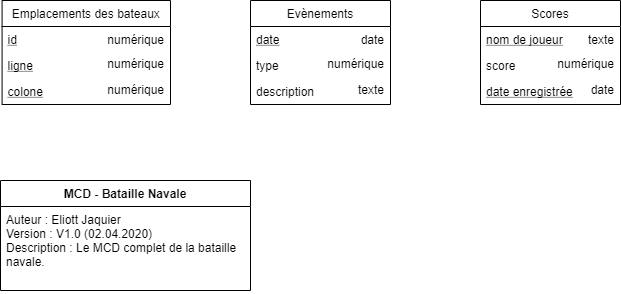
This is documentation/MCD/MCD COMPLET.png from Neliott/BatailleNavale, a draw.io export, as it was before one commit. Source tidied: cells renumbered, new cells last; positions are measured from the earlier drawing's top-left corner, leaving out a move shared by most shapes. The source it was exported from:
```xml
<mxGraphModel>
  <root>
    <mxCell id="0" />
    <mxCell id="1" parent="0" />
    <mxCell id="2" style="group;" parent="1" vertex="1">
      <mxGeometry y="180" width="250" height="110" as="geometry" />
    </mxCell>
    <mxCell id="3" value="MCD - Bataille Navale" style="swimlane;fontStyle=1;horizontal=1;startSize=26;fillColor=none;align=center;" parent="2" vertex="1">
      <mxGeometry width="250" height="110" as="geometry" />
    </mxCell>
    <mxCell id="4" value="Auteur : Eliott Jaquier&#10;Version : V1.0 (02.04.2020)&#10;Description : Le MCD complet de la bataille&#10;navale." style="text;strokeColor=none;fillColor=none;align=left;verticalAlign=top;spacingLeft=4;spacingRight=4;overflow=hidden;" parent="2" vertex="1">
      <mxGeometry y="26" width="250" height="84" as="geometry" />
    </mxCell>
    <mxCell id="5" style="group;" parent="1" vertex="1">
      <mxGeometry x="250" width="140" height="104" as="geometry" />
    </mxCell>
    <mxCell id="6" value="numérique" style="text;strokeColor=none;fillColor=none;align=right;verticalAlign=top;spacingLeft=4;spacingRight=4;overflow=hidden;fontStyle=0;" parent="5" vertex="1">
      <mxGeometry y="50" width="140" height="26" as="geometry" />
    </mxCell>
    <mxCell id="7" value="texte" style="text;strokeColor=none;fillColor=none;align=right;verticalAlign=top;spacingLeft=4;spacingRight=4;overflow=hidden;fontStyle=0;" parent="5" vertex="1">
      <mxGeometry y="76" width="140" height="26" as="geometry" />
    </mxCell>
    <mxCell id="8" style="group;" parent="5" vertex="1">
      <mxGeometry width="140" height="104" as="geometry" />
    </mxCell>
    <mxCell id="9" style="group;" parent="8" vertex="1">
      <mxGeometry width="140" height="104" as="geometry" />
    </mxCell>
    <mxCell id="10" value="Evènements" style="swimlane;fontStyle=0;horizontal=1;startSize=26;fillColor=none;" parent="9" vertex="1">
      <mxGeometry width="140" height="104" as="geometry" />
    </mxCell>
    <mxCell id="11" value="date" style="text;strokeColor=none;fillColor=none;align=left;verticalAlign=top;spacingLeft=4;spacingRight=4;overflow=hidden;fontStyle=4;" parent="10" vertex="1">
      <mxGeometry y="26" width="140" height="26" as="geometry" />
    </mxCell>
    <mxCell id="12" value="type" style="text;strokeColor=none;fillColor=none;align=left;verticalAlign=top;spacingLeft=4;spacingRight=4;overflow=hidden;fontStyle=0;" parent="10" vertex="1">
      <mxGeometry y="52" width="140" height="26" as="geometry" />
    </mxCell>
    <mxCell id="13" value="description" style="text;strokeColor=none;fillColor=none;align=left;verticalAlign=top;spacingLeft=4;spacingRight=4;overflow=hidden;fontStyle=0;" parent="10" vertex="1">
      <mxGeometry y="78" width="140" height="26" as="geometry" />
    </mxCell>
    <mxCell id="14" value="date" style="text;strokeColor=none;fillColor=none;align=right;verticalAlign=top;spacingLeft=4;spacingRight=4;overflow=hidden;fontStyle=0;" parent="9" vertex="1">
      <mxGeometry y="26" width="140" height="26" as="geometry" />
    </mxCell>
    <mxCell id="15" style="group;" parent="1" vertex="1">
      <mxGeometry x="10" width="160" height="104" as="geometry" />
    </mxCell>
    <mxCell id="16" style="group;" parent="15" vertex="1">
      <mxGeometry width="160" height="104" as="geometry" />
    </mxCell>
    <mxCell id="17" value="numérique" style="text;strokeColor=none;fillColor=none;align=right;verticalAlign=top;spacingLeft=4;spacingRight=4;overflow=hidden;fontStyle=0;" parent="16" vertex="1">
      <mxGeometry y="50" width="160" height="26" as="geometry" />
    </mxCell>
    <mxCell id="18" value="numérique" style="text;strokeColor=none;fillColor=none;align=right;verticalAlign=top;spacingLeft=4;spacingRight=4;overflow=hidden;fontStyle=0;" parent="16" vertex="1">
      <mxGeometry y="76" width="160" height="26" as="geometry" />
    </mxCell>
    <mxCell id="19" style="group;" parent="16" vertex="1">
      <mxGeometry width="160" height="104" as="geometry" />
    </mxCell>
    <mxCell id="20" style="group;" parent="19" vertex="1">
      <mxGeometry width="160" height="104" as="geometry" />
    </mxCell>
    <mxCell id="21" value="numérique" style="text;strokeColor=none;fillColor=none;align=right;verticalAlign=top;spacingLeft=4;spacingRight=4;overflow=hidden;fontStyle=0;" parent="20" vertex="1">
      <mxGeometry y="26" width="160" height="26" as="geometry" />
    </mxCell>
    <mxCell id="22" value="Emplacements des bateaux" style="swimlane;fontStyle=0;horizontal=1;startSize=26;fillColor=none;" parent="20" vertex="1">
      <mxGeometry x="-8.4" width="168.4" height="104" as="geometry" />
    </mxCell>
    <mxCell id="23" value="id" style="text;strokeColor=none;fillColor=none;align=left;verticalAlign=top;spacingLeft=4;spacingRight=4;overflow=hidden;fontStyle=4;" parent="22" vertex="1">
      <mxGeometry y="26" width="168.4" height="26" as="geometry" />
    </mxCell>
    <mxCell id="24" value="ligne" style="text;strokeColor=none;fillColor=none;align=left;verticalAlign=top;spacingLeft=4;spacingRight=4;overflow=hidden;fontStyle=4;" parent="22" vertex="1">
      <mxGeometry y="52" width="168.4" height="26" as="geometry" />
    </mxCell>
    <mxCell id="25" value="colone" style="text;strokeColor=none;fillColor=none;align=left;verticalAlign=top;spacingLeft=4;spacingRight=4;overflow=hidden;fontStyle=4;" parent="22" vertex="1">
      <mxGeometry y="78" width="168.4" height="26" as="geometry" />
    </mxCell>
    <mxCell id="26" style="group;" parent="1" vertex="1">
      <mxGeometry x="480" width="140" height="104" as="geometry" />
    </mxCell>
    <mxCell id="27" value="numérique" style="text;strokeColor=none;fillColor=none;align=right;verticalAlign=top;spacingLeft=4;spacingRight=4;overflow=hidden;fontStyle=0;" parent="26" vertex="1">
      <mxGeometry y="50" width="140" height="26" as="geometry" />
    </mxCell>
    <mxCell id="28" value="date" style="text;strokeColor=none;fillColor=none;align=right;verticalAlign=top;spacingLeft=4;spacingRight=4;overflow=hidden;fontStyle=0;" parent="26" vertex="1">
      <mxGeometry y="76" width="140" height="26" as="geometry" />
    </mxCell>
    <mxCell id="29" style="group;" parent="26" vertex="1">
      <mxGeometry width="140" height="104" as="geometry" />
    </mxCell>
    <mxCell id="30" style="group;" parent="29" vertex="1">
      <mxGeometry width="140" height="104" as="geometry" />
    </mxCell>
    <mxCell id="31" value="texte" style="text;strokeColor=none;fillColor=none;align=right;verticalAlign=top;spacingLeft=4;spacingRight=4;overflow=hidden;fontStyle=0;" parent="30" vertex="1">
      <mxGeometry y="26" width="140" height="26" as="geometry" />
    </mxCell>
    <mxCell id="32" style="group;" parent="30" vertex="1">
      <mxGeometry width="140" height="104" as="geometry" />
    </mxCell>
    <mxCell id="33" value="Scores" style="swimlane;fontStyle=0;horizontal=1;startSize=26;fillColor=none;" parent="32" vertex="1">
      <mxGeometry width="140" height="104" as="geometry" />
    </mxCell>
    <mxCell id="34" value="nom de joueur" style="text;strokeColor=none;fillColor=none;align=left;verticalAlign=top;spacingLeft=4;spacingRight=4;overflow=hidden;fontStyle=4;" parent="33" vertex="1">
      <mxGeometry y="26" width="140" height="26" as="geometry" />
    </mxCell>
    <mxCell id="35" value="score" style="text;strokeColor=none;fillColor=none;align=left;verticalAlign=top;spacingLeft=4;spacingRight=4;overflow=hidden;fontStyle=0;" parent="33" vertex="1">
      <mxGeometry y="52" width="140" height="26" as="geometry" />
    </mxCell>
    <mxCell id="36" value="date enregistrée" style="text;strokeColor=none;fillColor=none;align=left;verticalAlign=top;spacingLeft=4;spacingRight=4;overflow=hidden;fontStyle=4;" parent="33" vertex="1">
      <mxGeometry y="78" width="140" height="26" as="geometry" />
    </mxCell>
  </root>
</mxGraphModel>
```
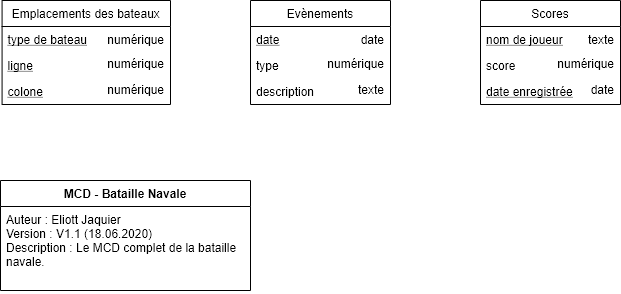
After the change.

Diff of the diagram source:
```diff
@@ -8,7 +8,7 @@
     <mxCell id="3" value="MCD - Bataille Navale" style="swimlane;fontStyle=1;horizontal=1;startSize=26;fillColor=none;align=center;" parent="2" vertex="1">
       <mxGeometry width="250" height="110" as="geometry" />
     </mxCell>
-    <mxCell id="4" value="Auteur : Eliott Jaquier&#10;Version : V1.0 (02.04.2020)&#10;Description : Le MCD complet de la bataille&#10;navale." style="text;strokeColor=none;fillColor=none;align=left;verticalAlign=top;spacingLeft=4;spacingRight=4;overflow=hidden;" parent="2" vertex="1">
+    <mxCell id="4" value="Auteur : Eliott Jaquier&#10;Version : V1.1 (18.06.2020)&#10;Description : Le MCD complet de la bataille&#10;navale." style="text;strokeColor=none;fillColor=none;align=left;verticalAlign=top;spacingLeft=4;spacingRight=4;overflow=hidden;" parent="2" vertex="1">
       <mxGeometry y="26" width="250" height="84" as="geometry" />
     </mxCell>
     <mxCell id="5" style="group;" parent="1" vertex="1">
@@ -65,7 +65,7 @@
     <mxCell id="22" value="Emplacements des bateaux" style="swimlane;fontStyle=0;horizontal=1;startSize=26;fillColor=none;" parent="20" vertex="1">
       <mxGeometry x="-8.4" width="168.4" height="104" as="geometry" />
     </mxCell>
-    <mxCell id="23" value="id" style="text;strokeColor=none;fillColor=none;align=left;verticalAlign=top;spacingLeft=4;spacingRight=4;overflow=hidden;fontStyle=4;" parent="22" vertex="1">
+    <mxCell id="23" value="type de bateau" style="text;strokeColor=none;fillColor=none;align=left;verticalAlign=top;spacingLeft=4;spacingRight=4;overflow=hidden;fontStyle=4;" parent="22" vertex="1">
       <mxGeometry y="26" width="168.4" height="26" as="geometry" />
     </mxCell>
     <mxCell id="24" value="ligne" style="text;strokeColor=none;fillColor=none;align=left;verticalAlign=top;spacingLeft=4;spacingRight=4;overflow=hidden;fontStyle=4;" parent="22" vertex="1">
```
